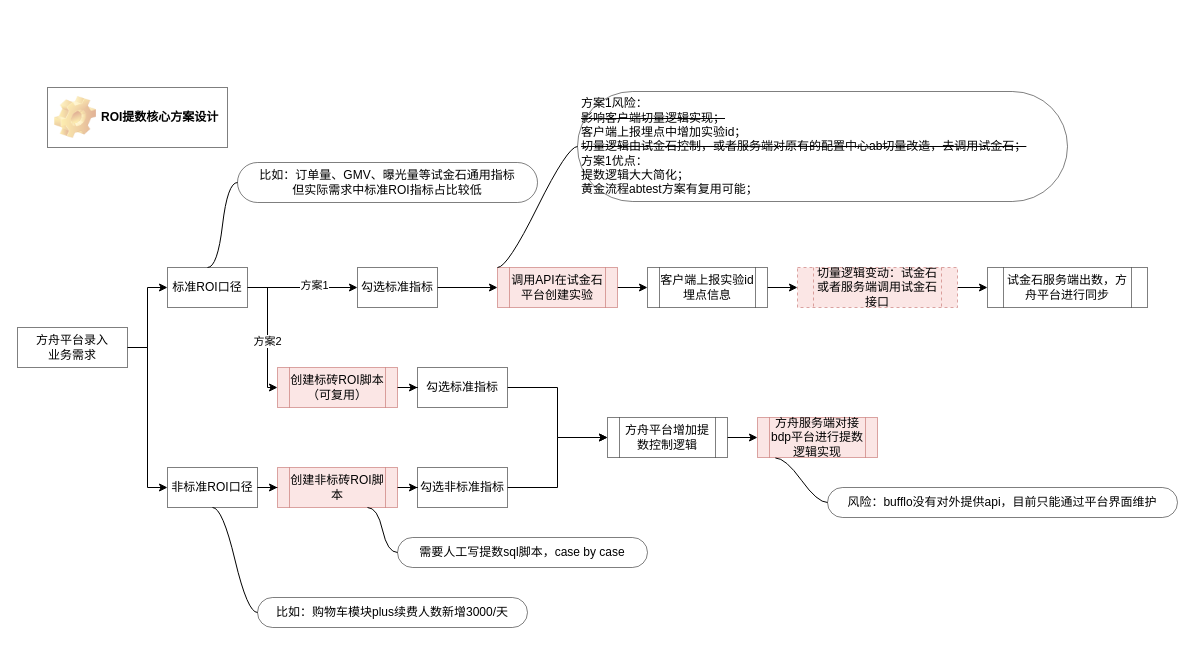
Before: page "ROI提数核心实现方案" (4 of 7) of 需求ROI评估.drawio in lihongliang1989/diagram, a draw.io diagram. Source tidied: cells renumbered, new cells numbered last; positions are measured from the earlier drawing's top-left corner, leaving out a move shared by most shapes. Both pictures are drawn from the tidied source at 100%, with x=0, y=0 at pixel (17, 87).
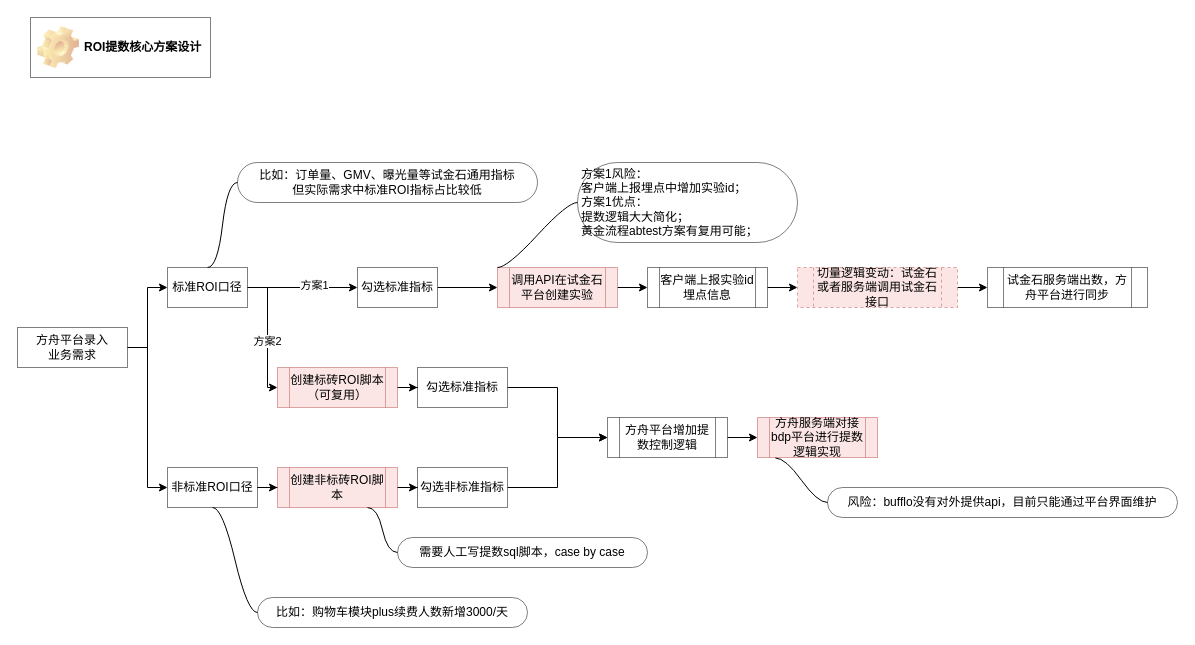
The same diagram, later.

Diff of the diagram source:
```diff
@@
-    <mxCell id="23" value="方案1风险：&lt;br&gt;&lt;strike&gt;影响客户端切量逻辑实现；&lt;/strike&gt;&lt;br&gt;客户端上报埋点中增加实验id；&lt;br&gt;&lt;strike&gt;切量逻辑由试金石控制，或者服务端对原有的配置中心ab切量改造，去调用试金石；&lt;br&gt;&lt;/strike&gt;方案1优点：&lt;br&gt;提数逻辑大大简化；&lt;br&gt;黄金流程abtest方案有复用可能；" style="whiteSpace=wrap;html=1;rounded=1;arcSize=50;align=left;verticalAlign=middle;strokeWidth=1;spacing=4;newEdgeStyle={&quot;edgeStyle&quot;:&quot;entityRelationEdgeStyle&quot;,&quot;startArrow&quot;:&quot;none&quot;,&quot;endArrow&quot;:&quot;none&quot;,&quot;segment&quot;:10,&quot;curved&quot;:1};shadow=0;glass=0;sketch=0;fontColor=#000000;fillColor=#FFFFFF;opacity=50;" parent="1" vertex="1">
-      <mxGeometry x="560" y="4" width="490" height="110" as="geometry" />
+    <mxCell id="23" value="方案1风险：&lt;br&gt;客户端上报埋点中增加实验id；&lt;br&gt;方案1优点：&lt;br&gt;提数逻辑大大简化；&lt;br&gt;黄金流程abtest方案有复用可能；" style="whiteSpace=wrap;html=1;rounded=1;arcSize=50;align=left;verticalAlign=middle;strokeWidth=1;spacing=4;newEdgeStyle={&quot;edgeStyle&quot;:&quot;entityRelationEdgeStyle&quot;,&quot;startArrow&quot;:&quot;none&quot;,&quot;endArrow&quot;:&quot;none&quot;,&quot;segment&quot;:10,&quot;curved&quot;:1};shadow=0;glass=0;sketch=0;fontColor=#000000;fillColor=#FFFFFF;opacity=50;" parent="1" vertex="1">
+      <mxGeometry x="560" y="75" width="220" height="80" as="geometry" />
     </mxCell>
@@
     <mxCell id="30" value="ROI提数核心方案设计" style="label;whiteSpace=wrap;html=1;image=img/clipart/Gear_128x128.png;rounded=0;shadow=0;glass=0;sketch=0;fontColor=#000000;strokeColor=#000000;fillColor=#FFFFFF;align=left;opacity=50;" parent="1" vertex="1">
-      <mxGeometry x="30" width="180" height="60" as="geometry" />
+      <mxGeometry x="13" y="-70" width="180" height="60" as="geometry" />
     </mxCell>
```
